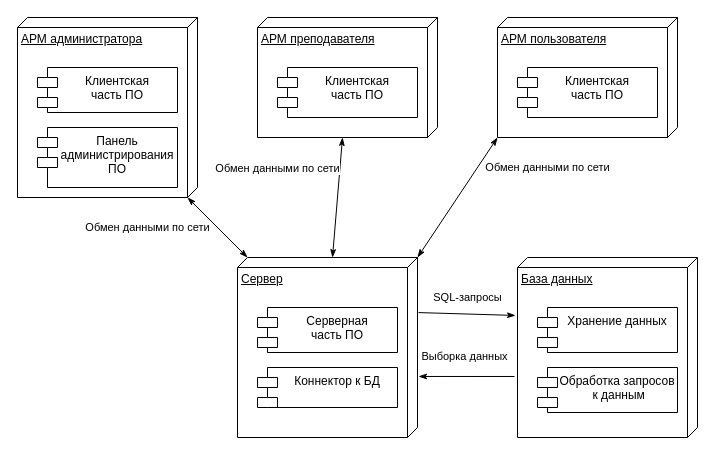
The draw.io diagram page "Page-14" (14 of 14) of UML.drawio in FaridunSalimzoda/myvkr, before the edit. Source tidied: cells renumbered, new cells numbered last; positions are measured from the earlier drawing's top-left corner, leaving out a move shared by most shapes. Both pictures are drawn from the tidied source at 100%, with x=0, y=0 at pixel (17, 17).
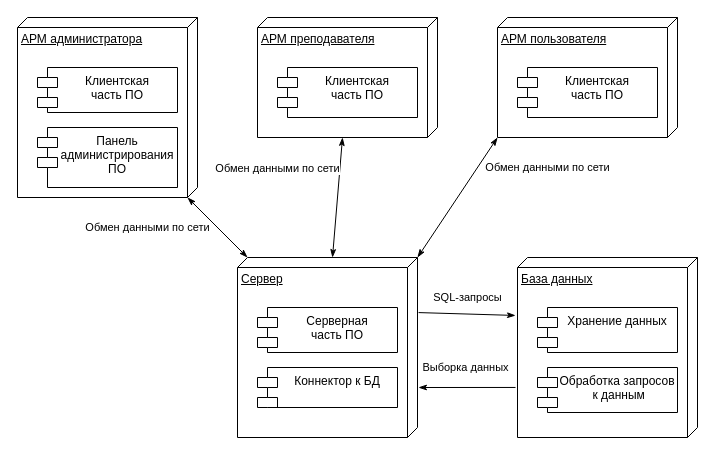
The same page after the edit.

The change refers to these unchanged cells:
```xml
<mxCell id="13" value="Сервер" style="verticalAlign=top;align=left;spacingTop=8;spacingLeft=2;spacingRight=12;shape=cube;size=10;direction=south;fontStyle=4;html=1;" parent="12" vertex="1">
  <mxGeometry width="180" height="180" as="geometry" />
</mxCell>
<mxCell id="17" value="База данных" style="verticalAlign=top;align=left;spacingTop=8;spacingLeft=2;spacingRight=12;shape=cube;size=10;direction=south;fontStyle=4;html=1;" parent="16" vertex="1">
  <mxGeometry width="180" height="180" as="geometry" />
</mxCell>
```

Change to the diagram source:
```diff
@@
-    <mxCell id="23" value="Выборка данных" style="rounded=0;jettySize=auto;html=1;entryX=0.661;entryY=-0.006;entryDx=0;entryDy=0;entryPerimeter=0;startArrow=none;startFill=0;endArrow=classicThin;endFill=1;" parent="1" edge="1" target="13">
+    <mxCell id="23" value="Выборка данных" style="rounded=0;jettySize=auto;html=1;startArrow=none;startFill=0;endArrow=classicThin;endFill=1;exitX=0.722;exitY=1.011;exitDx=0;exitDy=0;exitPerimeter=0;" parent="1" edge="1" source="17">
       <mxGeometry x="0.04" y="-20" relative="1" as="geometry">
-        <mxPoint x="497" y="359" as="sourcePoint" />
+        <mxPoint x="401" y="370" as="targetPoint" />
       </mxGeometry>
     </mxCell>
```
